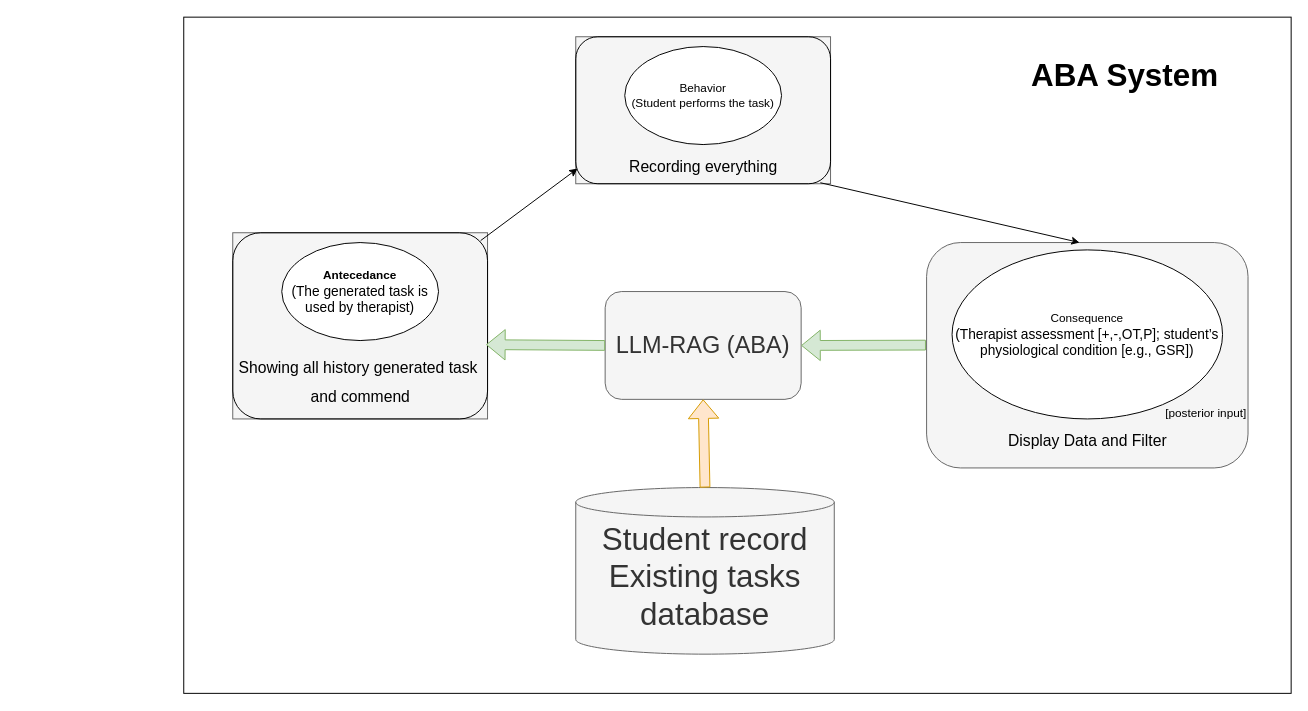
Above: 逻辑图/FYP_overall_structure.drawio in 1314spb/IoT-RAG-ABA (draw.io), before the change. Source tidied: cells renumbered, new cells numbered last; positions are measured from the earlier drawing's top-left corner, leaving out a move shared by most shapes. Both pictures are drawn from the tidied source at 98%, with x=0, y=0 at pixel (183, 17).
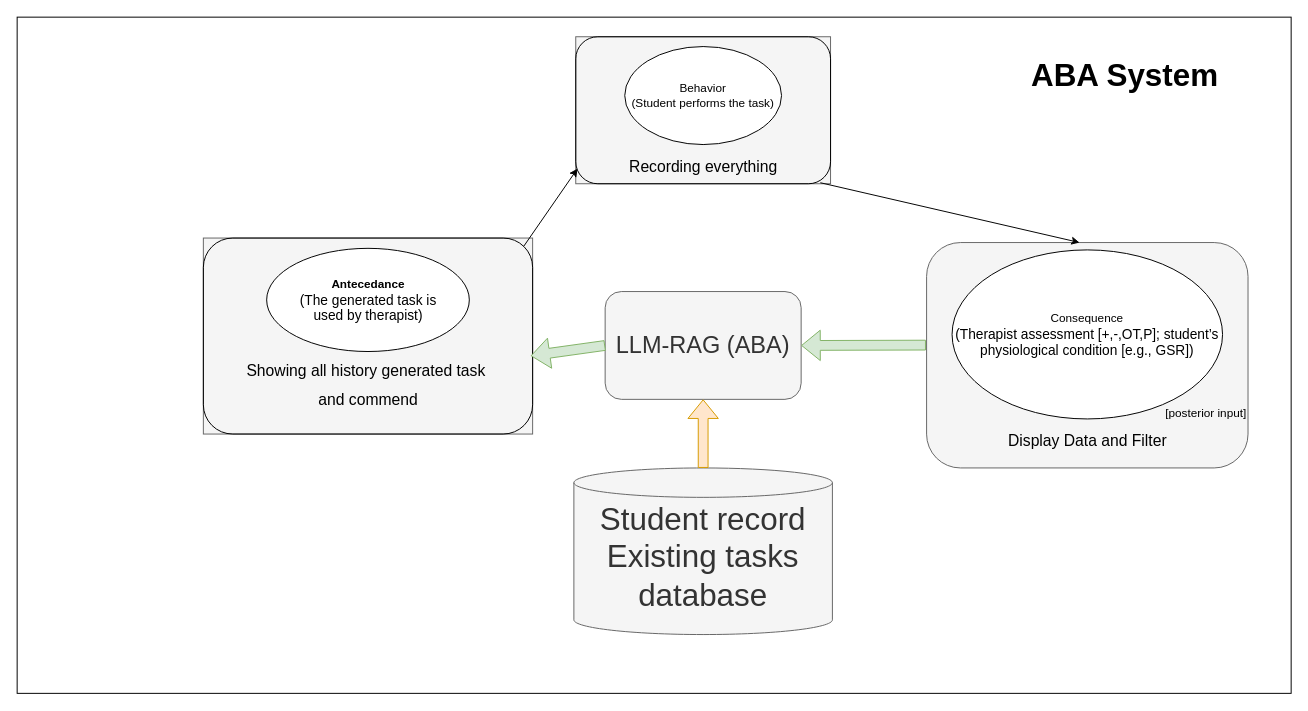
The same page after the edit.

Commit message (it also covers changes not shown here):
aba2_diagram

The edit, as a diff of the source:
```diff
@@
     <mxCell id="2" style="rounded=0;whiteSpace=wrap;html=1;" parent="1" vertex="1">
-      <mxGeometry width="1130" height="690" as="geometry" />
+      <mxGeometry x="-170" width="1300" height="690" as="geometry" />
     </mxCell>
@@
     <mxCell id="15" style="group;fillColor=#f5f5f5;fontColor=#333333;strokeColor=#666666;" parent="1" vertex="1">
-      <mxGeometry x="50" y="220" width="260" height="190" as="geometry" />
+      <mxGeometry x="20" y="225.4" width="336" height="200" as="geometry" />
     </mxCell>
     <mxCell id="16" value="&lt;b&gt;Antecedance&lt;/b&gt;&lt;div&gt;&lt;p style=&quot;margin: 0px; font-variant-numeric: normal; font-variant-east-asian: normal; font-variant-alternates: normal; font-size-adjust: none; font-kerning: auto; font-optical-sizing: auto; font-feature-settings: normal; font-variation-settings: normal; font-variant-position: normal; font-variant-emoji: normal; font-stretch: normal; font-size: 14px; line-height: normal;&quot; class=&quot;p1&quot;&gt;(The generated task is&lt;/p&gt;&lt;p style=&quot;margin: 0px; font-variant-numeric: normal; font-variant-east-asian: normal; font-variant-alternates: normal; font-size-adjust: none; font-kerning: auto; font-optical-sizing: auto; font-feature-settings: normal; font-variation-settings: normal; font-variant-position: normal; font-variant-emoji: normal; font-stretch: normal; font-size: 14px; line-height: normal;&quot; class=&quot;p1&quot;&gt;used by therapist)&lt;/p&gt;&lt;/div&gt;" style="ellipse;whiteSpace=wrap;html=1;align=center;" parent="15" vertex="1">
-      <mxGeometry x="50" y="10" width="160" height="100" as="geometry" />
+      <mxGeometry x="64.6" y="10.5" width="206.8" height="105.3" as="geometry" />
     </mxCell>
     <mxCell id="17" style="rounded=1;whiteSpace=wrap;html=1;fillColor=none;" parent="15" vertex="1">
-      <mxGeometry width="260" height="190" as="geometry" />
+      <mxGeometry width="336" height="200" as="geometry" />
     </mxCell>
+    <mxCell id="19" value="&lt;span style=&quot;font-size: 16px; font-weight: 400;&quot;&gt;Showing all history generated task&amp;nbsp;&lt;/span&gt;&lt;div&gt;&lt;span style=&quot;font-size: 16px; font-weight: 400;&quot;&gt;and commend&lt;/span&gt;&lt;/div&gt;" style="text;strokeColor=none;fillColor=none;html=1;fontSize=24;fontStyle=1;verticalAlign=middle;align=center;" parent="15" vertex="1">
+      <mxGeometry x="103.4" y="126.3" width="129.2" height="42.1" as="geometry" />
+    </mxCell>
@@
-    <mxCell id="19" value="&lt;span style=&quot;font-size: 16px; font-weight: 400;&quot;&gt;Showing all history generated task&amp;nbsp;&lt;/span&gt;&lt;div&gt;&lt;span style=&quot;font-size: 16px; font-weight: 400;&quot;&gt;and commend&lt;/span&gt;&lt;/div&gt;" style="text;strokeColor=none;fillColor=none;html=1;fontSize=24;fontStyle=1;verticalAlign=middle;align=center;" parent="1" vertex="1">
-      <mxGeometry x="130" y="350" width="100" height="40" as="geometry" />
-    </mxCell>
@@
     <mxCell id="22" value="&lt;font style=&quot;font-size: 32px;&quot;&gt;Student record&lt;/font&gt;&lt;div&gt;&lt;font style=&quot;font-size: 32px;&quot;&gt;Existing tasks database&lt;/font&gt;&lt;/div&gt;&lt;div&gt;&lt;br&gt;&lt;/div&gt;" style="shape=cylinder3;whiteSpace=wrap;html=1;boundedLbl=1;backgroundOutline=1;size=15;fillColor=#f5f5f5;strokeColor=#666666;fontColor=#333333;" parent="1" vertex="1">
-      <mxGeometry x="400" y="480" width="263.8" height="170" as="geometry" />
+      <mxGeometry x="398.1" y="460" width="263.8" height="170" as="geometry" />
     </mxCell>
```
